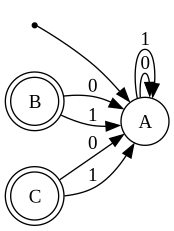
Above: webapp/webapp/static/dfa.gv.png in Daniels1610/DFA-to-CFG (Graphviz), before the change. Its source is kept beside it as webapp/webapp/static/dfa.gv.
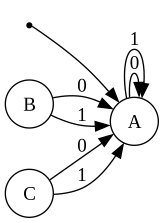
The same diagram one commit later.

Commit message:
Return diagram as base64 to client

The edit, as a diff of the source:
```diff
@@ -5,8 +5,8 @@
 	A
 	qi -> A
 	A
-	B [shape=doublecircle]
-	C [shape=doublecircle]
+	B
+	C
 	A -> A [label=0]
 	A -> A [label=1]
 	B -> A [label=0]
```
